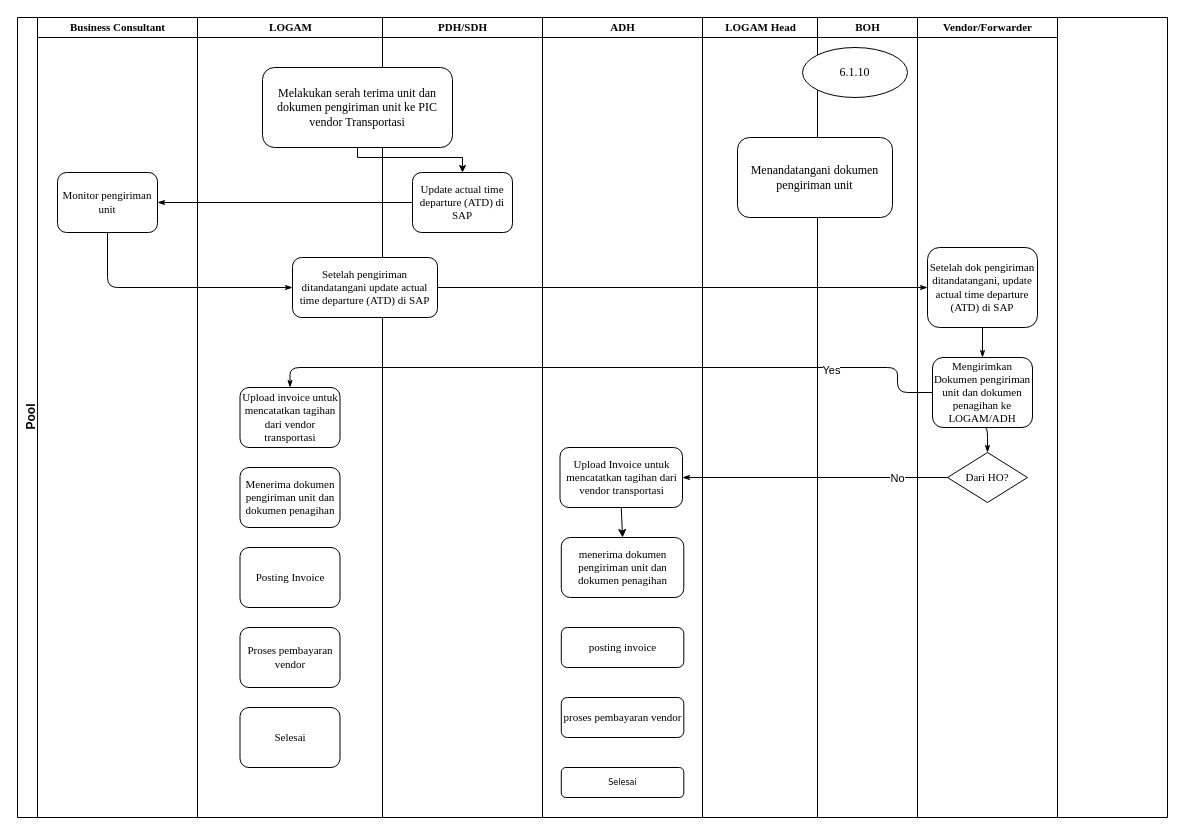
Above: Untitled Diagram.drawio in MiftahRizky/miftahr (draw.io), before the change. Source tidied: cells renumbered, new cells numbered last; positions are measured from the earlier drawing's top-left corner, leaving out a move shared by most shapes. Both pictures are drawn from the tidied source at 100%, with x=0, y=0 at pixel (17, 17).
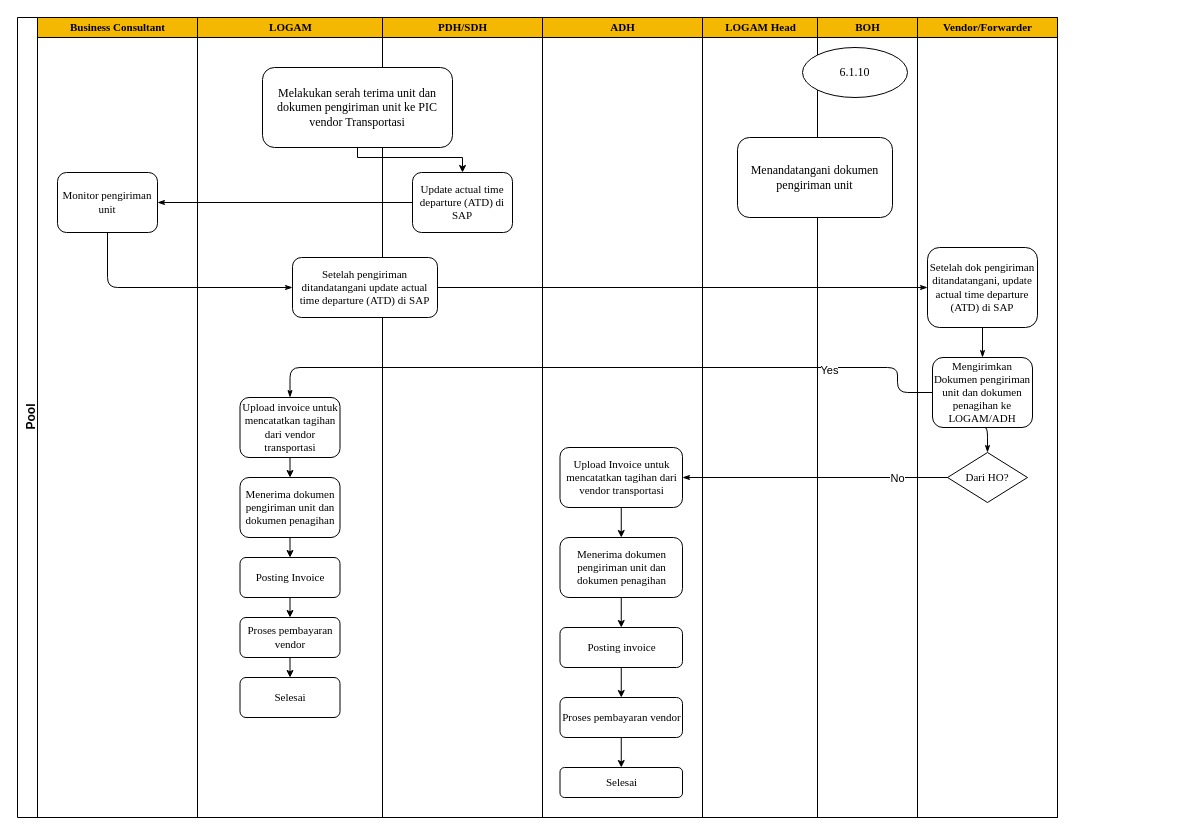
The same diagram, later.

The change refers to these unchanged cells:
```xml
<mxCell id="17" value="&lt;font style=&quot;font-size: 11px;&quot; face=&quot;Times New Roman&quot;&gt;Upload Invoice untuk mencatatkan tagihan dari vendor transportasi&lt;/font&gt;" style="rounded=1;whiteSpace=wrap;html=1;shadow=0;labelBackgroundColor=none;strokeWidth=1;fontFamily=Verdana;fontSize=8;align=center;" parent="16" vertex="1">
  <mxGeometry x="17.5" y="430" width="122.5" height="60" as="geometry" />
</mxCell>
```

Change to the diagram source:
```diff
@@
     <mxCell id="2" value="Pool" style="swimlane;html=1;startSize=20;rounded=0;shadow=0;strokeWidth=1;align=center;verticalAlign=top;horizontal=0;" parent="1" vertex="1">
-      <mxGeometry width="1150" height="800" as="geometry" />
+      <mxGeometry width="1040" height="800" as="geometry" />
     </mxCell>
-    <mxCell id="3" value="&lt;font style=&quot;font-size: 11px;&quot; face=&quot;Times New Roman&quot;&gt;Business Consultant&lt;/font&gt;" style="swimlane;html=1;startSize=20;" parent="2" vertex="1">
+    <mxCell id="3" value="&lt;font style=&quot;font-size: 11px;&quot; face=&quot;Times New Roman&quot;&gt;Business Consultant&lt;/font&gt;" style="swimlane;html=1;startSize=20;fillColor=#f5b800;" parent="2" vertex="1">
       <mxGeometry x="20" width="160" height="800" as="geometry" />
     </mxCell>
@@
-    <mxCell id="5" value="&lt;font face=&quot;Times New Roman&quot; style=&quot;font-size: 11px;&quot;&gt;LOGAM&lt;/font&gt;" style="swimlane;html=1;startSize=20;" parent="2" vertex="1">
+    <mxCell id="5" value="&lt;font face=&quot;Times New Roman&quot; style=&quot;font-size: 11px;&quot;&gt;LOGAM&lt;/font&gt;" style="swimlane;html=1;startSize=20;fillColor=#f5b800;" parent="2" vertex="1">
       <mxGeometry x="180" width="185" height="800" as="geometry" />
     </mxCell>
     <mxCell id="6" value="&lt;font face=&quot;Times New Roman&quot; style=&quot;font-size: 11px;&quot;&gt;Upload invoice untuk mencatatkan tagihan dari vendor transportasi&lt;/font&gt;" style="rounded=1;whiteSpace=wrap;html=1;shadow=0;labelBackgroundColor=none;strokeWidth=1;fontFamily=Verdana;fontSize=8;align=center;" parent="5" vertex="1">
-      <mxGeometry x="42.5" y="370" width="100" height="60" as="geometry" />
+      <mxGeometry x="42.5" y="380" width="100" height="60" as="geometry" />
     </mxCell>
     <mxCell id="7" value="&lt;font face=&quot;Times New Roman&quot; style=&quot;font-size: 11px;&quot;&gt;Menerima dokumen pengiriman unit dan dokumen penagihan&lt;/font&gt;" style="rounded=1;whiteSpace=wrap;html=1;shadow=0;labelBackgroundColor=none;strokeWidth=1;fontFamily=Verdana;fontSize=8;align=center;" parent="5" vertex="1">
-      <mxGeometry x="42.5" y="450" width="100" height="60" as="geometry" />
+      <mxGeometry x="42.5" y="460" width="100" height="60" as="geometry" />
     </mxCell>
     <mxCell id="8" value="&lt;font face=&quot;Times New Roman&quot; style=&quot;font-size: 11px;&quot;&gt;Posting Invoice&lt;/font&gt;" style="rounded=1;whiteSpace=wrap;html=1;shadow=0;labelBackgroundColor=none;strokeWidth=1;fontFamily=Verdana;fontSize=8;align=center;" parent="5" vertex="1">
-      <mxGeometry x="42.5" y="530" width="100" height="60" as="geometry" />
+      <mxGeometry x="42.5" y="540" width="100" height="40" as="geometry" />
     </mxCell>
     <mxCell id="9" value="&lt;font face=&quot;Times New Roman&quot; style=&quot;font-size: 11px;&quot;&gt;Proses pembayaran vendor&lt;/font&gt;" style="rounded=1;whiteSpace=wrap;html=1;shadow=0;labelBackgroundColor=none;strokeWidth=1;fontFamily=Verdana;fontSize=8;align=center;" parent="5" vertex="1">
-      <mxGeometry x="42.5" y="610" width="100" height="60" as="geometry" />
+      <mxGeometry x="42.5" y="600" width="100" height="40" as="geometry" />
     </mxCell>
     <mxCell id="10" value="&lt;font style=&quot;font-size: 11px;&quot; face=&quot;Times New Roman&quot;&gt;Selesai&lt;/font&gt;" style="rounded=1;whiteSpace=wrap;html=1;shadow=0;labelBackgroundColor=none;strokeWidth=1;fontFamily=Verdana;fontSize=8;align=center;" parent="5" vertex="1">
-      <mxGeometry x="42.5" y="690" width="100" height="60" as="geometry" />
+      <mxGeometry x="42.5" y="660" width="100" height="40" as="geometry" />
     </mxCell>
+    <mxCell id="40" style="endArrow=classic;html=1;rounded=0;exitX=0.5;exitY=1;exitDx=0;exitDy=0;entryX=0.5;entryY=0;entryDx=0;entryDy=0;endSize=5;startSize=5;" parent="5" edge="1" source="6" target="7">
+      <mxGeometry relative="1" as="geometry" />
+    </mxCell>
+    <mxCell id="41" style="endArrow=classic;html=1;rounded=0;endSize=5;startSize=5;exitX=0.5;exitY=1;exitDx=0;exitDy=0;entryX=0.5;entryY=0;entryDx=0;entryDy=0;jumpSize=6;" parent="5" edge="1" source="7" target="8">
+      <mxGeometry relative="1" as="geometry" />
+    </mxCell>
+    <mxCell id="42" style="endArrow=classic;html=1;rounded=0;endSize=5;startSize=5;exitX=0.5;exitY=1;exitDx=0;exitDy=0;entryX=0.5;entryY=0;entryDx=0;entryDy=0;" parent="5" edge="1" source="8" target="9">
+      <mxGeometry relative="1" as="geometry" />
+    </mxCell>
+    <mxCell id="43" style="endArrow=classic;html=1;rounded=0;endSize=5;startSize=5;exitX=0.5;exitY=1;exitDx=0;exitDy=0;entryX=0.5;entryY=0;entryDx=0;entryDy=0;" parent="5" edge="1" source="9" target="10">
+      <mxGeometry relative="1" as="geometry" />
+    </mxCell>
-    <mxCell id="11" value="&lt;font style=&quot;font-size: 11px;&quot; face=&quot;Times New Roman&quot;&gt;PDH/SDH&lt;/font&gt;" style="swimlane;html=1;startSize=20;" parent="2" vertex="1">
+    <mxCell id="11" value="&lt;font style=&quot;font-size: 11px;&quot; face=&quot;Times New Roman&quot;&gt;PDH/SDH&lt;/font&gt;" style="swimlane;html=1;startSize=20;fillColor=#f5b800;" parent="2" vertex="1">
       <mxGeometry x="365" width="160" height="800" as="geometry" />
     </mxCell>
@@
-    <mxCell id="16" value="&lt;font style=&quot;font-size: 11px;&quot; face=&quot;Times New Roman&quot;&gt;ADH&lt;/font&gt;" style="swimlane;html=1;startSize=20;" parent="2" vertex="1">
+    <mxCell id="16" value="&lt;font style=&quot;font-size: 11px;&quot; face=&quot;Times New Roman&quot;&gt;ADH&lt;/font&gt;" style="swimlane;html=1;startSize=20;fillColor=#f5b800;" parent="2" vertex="1">
       <mxGeometry x="525" width="160" height="800" as="geometry" />
     </mxCell>
@@
-    <mxCell id="18" value="&lt;font style=&quot;font-size: 11px;&quot; face=&quot;Times New Roman&quot;&gt;menerima dokumen pengiriman unit dan dokumen penagihan&lt;/font&gt;" style="rounded=1;whiteSpace=wrap;html=1;shadow=0;labelBackgroundColor=none;strokeWidth=1;fontFamily=Verdana;fontSize=8;align=center;" parent="16" vertex="1">
-      <mxGeometry x="18.8" y="520" width="122.5" height="60" as="geometry" />
+    <mxCell id="18" value="&lt;font style=&quot;font-size: 11px;&quot; face=&quot;Times New Roman&quot;&gt;Menerima dokumen pengiriman unit dan dokumen penagihan&lt;/font&gt;" style="rounded=1;whiteSpace=wrap;html=1;shadow=0;labelBackgroundColor=none;strokeWidth=1;fontFamily=Verdana;fontSize=8;align=center;" parent="16" vertex="1">
+      <mxGeometry x="17.5" y="520" width="122.5" height="60" as="geometry" />
     </mxCell>
-    <mxCell id="19" value="&lt;font face=&quot;Times New Roman&quot; style=&quot;font-size: 11px;&quot;&gt;posting invoice&lt;/font&gt;" style="rounded=1;whiteSpace=wrap;html=1;shadow=0;labelBackgroundColor=none;strokeWidth=1;fontFamily=Verdana;fontSize=8;align=center;" parent="16" vertex="1">
-      <mxGeometry x="18.8" y="610" width="122.5" height="40" as="geometry" />
+    <mxCell id="19" value="&lt;font face=&quot;Times New Roman&quot; style=&quot;font-size: 11px;&quot;&gt;Posting invoice&lt;/font&gt;" style="rounded=1;whiteSpace=wrap;html=1;shadow=0;labelBackgroundColor=none;strokeWidth=1;fontFamily=Verdana;fontSize=8;align=center;" parent="16" vertex="1">
+      <mxGeometry x="17.5" y="610" width="122.5" height="40" as="geometry" />
     </mxCell>
-    <mxCell id="20" value="&lt;font face=&quot;Times New Roman&quot; style=&quot;font-size: 11px;&quot;&gt;proses pembayaran vendor&lt;/font&gt;" style="rounded=1;whiteSpace=wrap;html=1;shadow=0;labelBackgroundColor=none;strokeWidth=1;fontFamily=Verdana;fontSize=8;align=center;" parent="16" vertex="1">
-      <mxGeometry x="18.8" y="680" width="122.5" height="40" as="geometry" />
+    <mxCell id="20" value="&lt;font face=&quot;Times New Roman&quot; style=&quot;font-size: 11px;&quot;&gt;Proses pembayaran vendor&lt;/font&gt;" style="rounded=1;whiteSpace=wrap;html=1;shadow=0;labelBackgroundColor=none;strokeWidth=1;fontFamily=Verdana;fontSize=8;align=center;" parent="16" vertex="1">
+      <mxGeometry x="17.5" y="680" width="122.5" height="40" as="geometry" />
     </mxCell>
-    <mxCell id="21" value="Selesai" style="rounded=1;whiteSpace=wrap;html=1;shadow=0;labelBackgroundColor=none;strokeWidth=1;fontFamily=Verdana;fontSize=8;align=center;" parent="16" vertex="1">
-      <mxGeometry x="18.8" y="750" width="122.5" height="30" as="geometry" />
+    <mxCell id="21" value="&lt;font style=&quot;font-size: 11px;&quot; face=&quot;Times New Roman&quot;&gt;Selesai&lt;/font&gt;" style="rounded=1;whiteSpace=wrap;html=1;shadow=0;labelBackgroundColor=none;strokeWidth=1;fontFamily=Verdana;fontSize=8;align=center;" parent="16" vertex="1">
+      <mxGeometry x="17.5" y="750" width="122.5" height="30" as="geometry" />
     </mxCell>
-    <mxCell id="22" style="endArrow=classic;html=1;rounded=0;exitX=0.5;exitY=1;exitDx=0;exitDy=0;entryX=0.5;entryY=0;entryDx=0;entryDy=0;" parent="16" edge="1" source="17" target="18">
+    <mxCell id="22" style="endArrow=classic;html=1;rounded=0;endSize=5;startSize=5;exitX=0.5;exitY=1;exitDx=0;exitDy=0;entryX=0.5;entryY=0;entryDx=0;entryDy=0;" parent="16" edge="1" source="17" target="18">
       <mxGeometry relative="1" as="geometry" />
     </mxCell>
+    <mxCell id="44" style="endArrow=classic;html=1;rounded=0;endSize=5;startSize=5;exitX=0.5;exitY=1;exitDx=0;exitDy=0;entryX=0.5;entryY=0;entryDx=0;entryDy=0;" parent="16" edge="1" source="18" target="19">
+      <mxGeometry relative="1" as="geometry" />
+    </mxCell>
+    <mxCell id="45" style="endArrow=classic;html=1;rounded=0;endSize=5;startSize=5;exitX=0.5;exitY=1;exitDx=0;exitDy=0;entryX=0.5;entryY=0;entryDx=0;entryDy=0;" parent="16" edge="1" source="19" target="20">
+      <mxGeometry relative="1" as="geometry" />
+    </mxCell>
+    <mxCell id="46" style="endArrow=classic;html=1;rounded=0;endSize=5;startSize=5;exitX=0.5;exitY=1;exitDx=0;exitDy=0;entryX=0.5;entryY=0;entryDx=0;entryDy=0;" parent="16" edge="1" source="20" target="21">
+      <mxGeometry relative="1" as="geometry" />
+    </mxCell>
-    <mxCell id="23" value="&lt;font face=&quot;Times New Roman&quot; style=&quot;font-size: 11px;&quot;&gt;LOGAM Head&lt;/font&gt;" style="swimlane;html=1;startSize=20;" parent="2" vertex="1">
+    <mxCell id="23" value="&lt;font face=&quot;Times New Roman&quot; style=&quot;font-size: 11px;&quot;&gt;LOGAM Head&lt;/font&gt;" style="swimlane;html=1;startSize=20;fillColor=#f5b800;" parent="2" vertex="1">
       <mxGeometry x="685" width="115" height="800" as="geometry" />
     </mxCell>
-    <mxCell id="24" value="&lt;font style=&quot;font-size: 11px;&quot; face=&quot;Times New Roman&quot;&gt;BOH&lt;/font&gt;" style="swimlane;html=1;startSize=20;" parent="2" vertex="1">
+    <mxCell id="24" value="&lt;font style=&quot;font-size: 11px;&quot; face=&quot;Times New Roman&quot;&gt;BOH&lt;/font&gt;" style="swimlane;html=1;startSize=20;fillColor=#f5b800;" parent="2" vertex="1">
       <mxGeometry x="800" width="100" height="800" as="geometry" />
     </mxCell>
@@
-    <mxCell id="34" value="&lt;font face=&quot;Times New Roman&quot; style=&quot;font-size: 11px;&quot;&gt;Vendor/Forwarder&lt;/font&gt;" style="swimlane;html=1;startSize=20;" parent="2" vertex="1">
+    <mxCell id="34" value="&lt;font face=&quot;Times New Roman&quot; style=&quot;font-size: 11px;&quot;&gt;Vendor/Forwarder&lt;/font&gt;" style="swimlane;html=1;startSize=20;fillColor=#f5b800;strokeColor=#000000;" parent="2" vertex="1">
       <mxGeometry x="900" width="140" height="800" as="geometry" />
     </mxCell>
```
